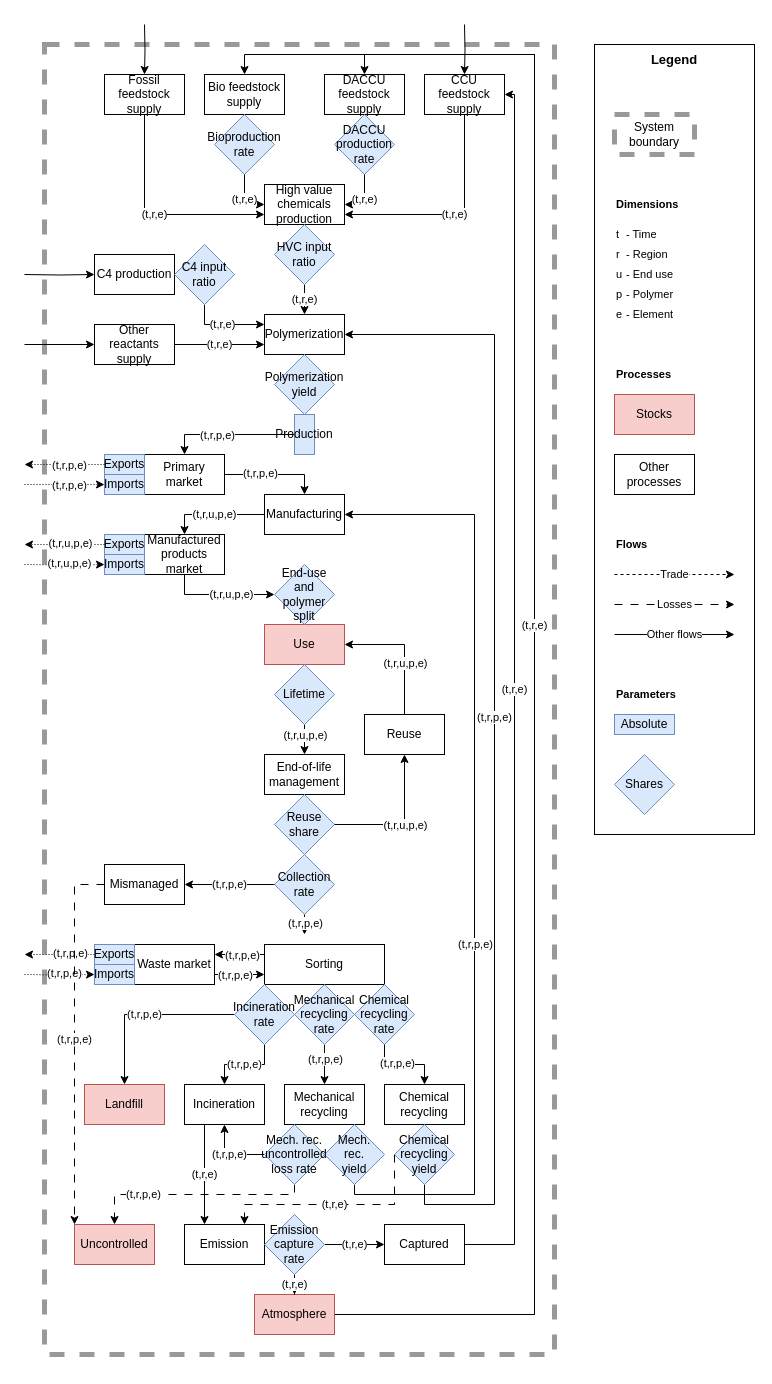
The draw.io diagram paper/figures/drawio/plastics.drawio in pik-piam/remind-mfa, before the edit. Source tidied: cells renumbered, new cells numbered last; positions are measured from the earlier drawing's top-left corner, leaving out a move shared by most shapes. Both pictures are drawn from the tidied source at 100%, with x=0, y=0 at pixel (24, 24).
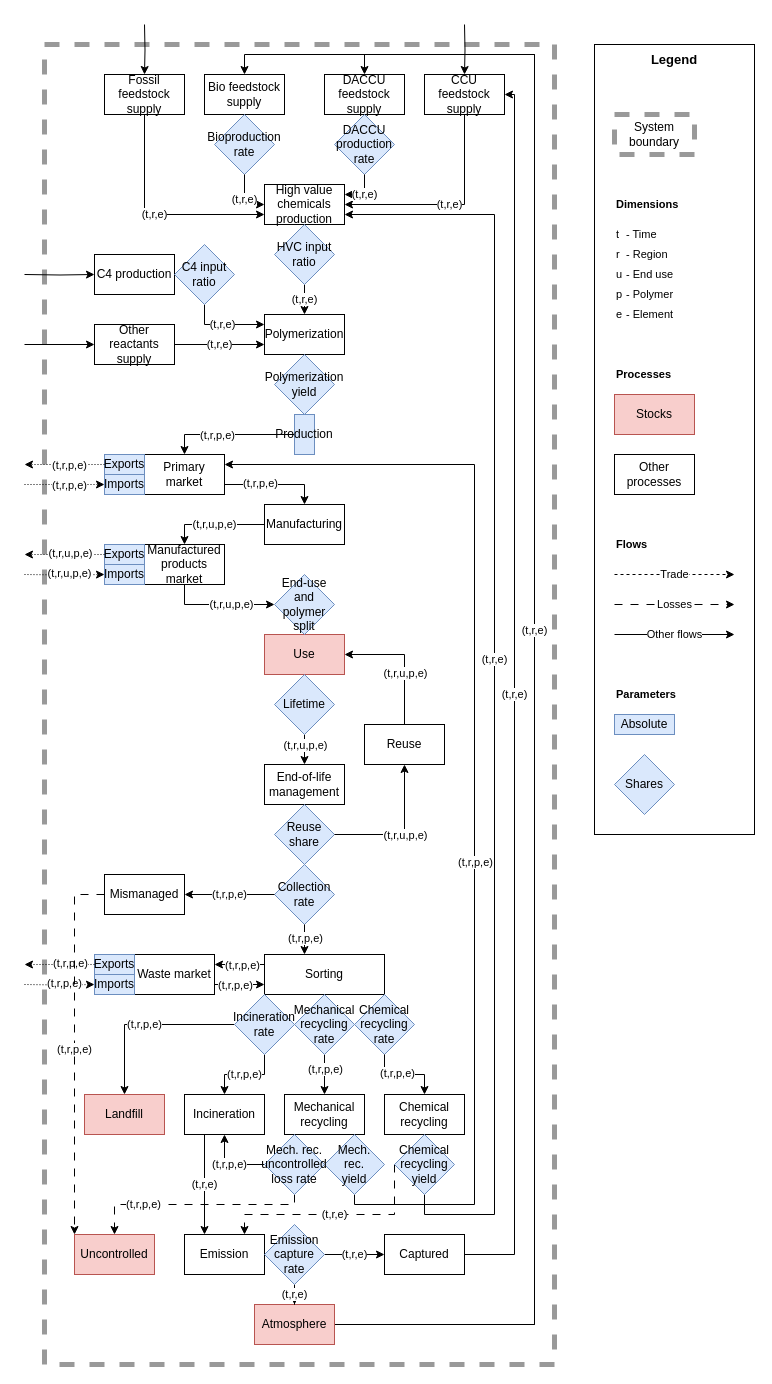
After the change.

The change refers to these unchanged cells:
```xml
<mxCell id="3" value="Polymerization" style="rounded=0;whiteSpace=wrap;html=1;" parent="1" vertex="1">
  <mxGeometry x="240" y="290" width="80" height="40" as="geometry" />
</mxCell>
<mxCell id="7" value="Primary market" style="rounded=0;whiteSpace=wrap;html=1;" parent="1" vertex="1">
  <mxGeometry x="120" y="430" width="80" height="40" as="geometry" />
</mxCell>
<mxCell id="83" value="Bio feedstock supply" style="rounded=0;whiteSpace=wrap;html=1;" parent="1" vertex="1">
  <mxGeometry x="180" y="50" width="80" height="40" as="geometry" />
</mxCell>
<mxCell id="86" value="CCU feedstock supply" style="rounded=0;whiteSpace=wrap;html=1;" parent="1" vertex="1">
  <mxGeometry x="400" y="50" width="80" height="40" as="geometry" />
</mxCell>
<mxCell id="88" value="DACCU production rate" style="rhombus;whiteSpace=wrap;html=1;fillColor=#dae8fc;strokeColor=#6c8ebf;" parent="1" vertex="1">
  <mxGeometry x="310" y="90" width="60" height="60" as="geometry" />
</mxCell>
<mxCell id="119" value="High value chemicals production" style="rounded=0;whiteSpace=wrap;html=1;" parent="1" vertex="1">
  <mxGeometry x="240" y="160" width="80" height="40" as="geometry" />
</mxCell>
```

Change to the diagram source:
```diff
@@
     <mxCell id="2" style="rounded=0;whiteSpace=wrap;html=1;fillColor=none;strokeWidth=5;dashed=1;strokeColor=#999999;" parent="1" vertex="1">
-      <mxGeometry x="20" y="20" width="510" height="1310" as="geometry" />
+      <mxGeometry x="20" y="20" width="510" height="1320" as="geometry" />
     </mxCell>
@@
     <mxCell id="4" value="Manufacturing" style="rounded=0;whiteSpace=wrap;html=1;" parent="1" vertex="1">
-      <mxGeometry x="240" y="470" width="80" height="40" as="geometry" />
+      <mxGeometry x="240" y="480" width="80" height="40" as="geometry" />
     </mxCell>
-    <mxCell id="5" style="edgeStyle=orthogonalEdgeStyle;rounded=0;jettySize=auto;html=1;exitX=1;exitY=0.5;exitDx=0;exitDy=0;entryX=0.5;entryY=0;entryDx=0;entryDy=0;" parent="1" edge="1" source="7" target="4">
+    <mxCell id="5" style="edgeStyle=orthogonalEdgeStyle;rounded=0;jettySize=auto;html=1;exitX=1;exitY=0.75;exitDx=0;exitDy=0;entryX=0.5;entryY=0;entryDx=0;entryDy=0;" parent="1" edge="1" source="7" target="4">
       <mxGeometry x="0.03" relative="1" as="geometry" />
     </mxCell>
@@
     <mxCell id="10" value="Use" style="rounded=0;whiteSpace=wrap;html=1;fillColor=#f8cecc;strokeColor=#b85450;" parent="1" vertex="1">
-      <mxGeometry x="240" y="600" width="80" height="40" as="geometry" />
+      <mxGeometry x="240" y="610" width="80" height="40" as="geometry" />
     </mxCell>
     <mxCell id="11" value="Manufactured products market" style="rounded=0;whiteSpace=wrap;html=1;" parent="1" vertex="1">
-      <mxGeometry x="120" y="510" width="80" height="40" as="geometry" />
+      <mxGeometry x="120" y="520" width="80" height="40" as="geometry" />
     </mxCell>
@@
     <mxCell id="20" value="Exports" style="rounded=0;whiteSpace=wrap;html=1;fillColor=#dae8fc;strokeColor=#6c8ebf;" parent="1" vertex="1">
-      <mxGeometry x="80" y="510" width="40" height="20" as="geometry" />
+      <mxGeometry x="80" y="520" width="40" height="20" as="geometry" />
     </mxCell>
     <mxCell id="21" value="Imports" style="rounded=0;whiteSpace=wrap;html=1;fillColor=#dae8fc;strokeColor=#6c8ebf;" parent="1" vertex="1">
-      <mxGeometry x="80" y="530" width="40" height="20" as="geometry" />
+      <mxGeometry x="80" y="540" width="40" height="20" as="geometry" />
     </mxCell>
     <mxCell id="22" style="edgeStyle=orthogonalEdgeStyle;rounded=0;jettySize=auto;html=1;exitX=0;exitY=0.5;exitDx=0;exitDy=0;dashed=1;dashPattern=1 2;" parent="1" edge="1" source="20">
       <mxGeometry relative="1" as="geometry">
-        <mxPoint y="520" as="targetPoint" />
+        <mxPoint y="530" as="targetPoint" />
       </mxGeometry>
     </mxCell>
@@
     <mxCell id="24" style="edgeStyle=orthogonalEdgeStyle;rounded=0;jettySize=auto;html=1;entryX=0;entryY=0.5;entryDx=0;entryDy=0;dashed=1;dashPattern=1 2;" parent="1" edge="1" target="21">
       <mxGeometry relative="1" as="geometry">
-        <mxPoint y="540" as="sourcePoint" />
+        <mxPoint y="550" as="sourcePoint" />
       </mxGeometry>
     </mxCell>
@@
     <mxCell id="26" value="Collection rate" style="rhombus;whiteSpace=wrap;html=1;fillColor=#dae8fc;strokeColor=#6c8ebf;" parent="1" vertex="1">
-      <mxGeometry x="250" y="830" width="60" height="60" as="geometry" />
+      <mxGeometry x="250" y="840" width="60" height="60" as="geometry" />
     </mxCell>
     <mxCell id="27" value="Sorting" style="rounded=0;whiteSpace=wrap;html=1;" parent="1" vertex="1">
-      <mxGeometry x="240" y="920" width="120" height="40" as="geometry" />
+      <mxGeometry x="240" y="930" width="120" height="40" as="geometry" />
     </mxCell>
@@
     <mxCell id="30" value="Waste market" style="rounded=0;whiteSpace=wrap;html=1;" parent="1" vertex="1">
-      <mxGeometry x="110" y="920" width="80" height="40" as="geometry" />
+      <mxGeometry x="110" y="930" width="80" height="40" as="geometry" />
     </mxCell>
@@
     <mxCell id="33" value="Exports" style="rounded=0;whiteSpace=wrap;html=1;fillColor=#dae8fc;strokeColor=#6c8ebf;" parent="1" vertex="1">
-      <mxGeometry x="70" y="920" width="40" height="20" as="geometry" />
+      <mxGeometry x="70" y="930" width="40" height="20" as="geometry" />
     </mxCell>
     <mxCell id="34" value="Imports" style="rounded=0;whiteSpace=wrap;html=1;fillColor=#dae8fc;strokeColor=#6c8ebf;" parent="1" vertex="1">
-      <mxGeometry x="70" y="940" width="40" height="20" as="geometry" />
+      <mxGeometry x="70" y="950" width="40" height="20" as="geometry" />
     </mxCell>
     <mxCell id="35" style="edgeStyle=orthogonalEdgeStyle;rounded=0;jettySize=auto;html=1;exitX=0;exitY=0.5;exitDx=0;exitDy=0;dashed=1;dashPattern=1 2;" parent="1" edge="1" source="33">
       <mxGeometry x="-0.14" relative="1" as="geometry">
-        <mxPoint y="930" as="targetPoint" />
+        <mxPoint y="940" as="targetPoint" />
       </mxGeometry>
     </mxCell>
@@
     <mxCell id="37" style="edgeStyle=orthogonalEdgeStyle;rounded=0;jettySize=auto;html=1;entryX=0;entryY=0.5;entryDx=0;entryDy=0;dashed=1;dashPattern=1 2;" parent="1" edge="1" target="34">
       <mxGeometry relative="1" as="geometry">
-        <mxPoint y="950" as="sourcePoint" />
+        <mxPoint y="960" as="sourcePoint" />
       </mxGeometry>
     </mxCell>
@@
     <mxCell id="39" style="edgeStyle=orthogonalEdgeStyle;rounded=0;jettySize=auto;html=1;exitX=0.5;exitY=1;exitDx=0;exitDy=0;entryX=0.5;entryY=0;entryDx=0;entryDy=0;" parent="1" edge="1" source="26">
       <mxGeometry relative="1" as="geometry">
-        <mxPoint x="280" y="910" as="targetPoint" />
+        <mxPoint x="280" y="930" as="targetPoint" />
       </mxGeometry>
     </mxCell>
@@
     <mxCell id="41" value="Mechanical recycling" style="rounded=0;whiteSpace=wrap;html=1;" parent="1" vertex="1">
-      <mxGeometry x="260" y="1060" width="80" height="40" as="geometry" />
+      <mxGeometry x="260" y="1070" width="80" height="40" as="geometry" />
     </mxCell>
-    <mxCell id="42" style="edgeStyle=orthogonalEdgeStyle;rounded=0;jettySize=auto;html=1;exitX=0.5;exitY=1;exitDx=0;exitDy=0;entryX=1;entryY=0.5;entryDx=0;entryDy=0;" parent="1" edge="1" source="69" target="4">
+    <mxCell id="42" style="edgeStyle=orthogonalEdgeStyle;rounded=0;jettySize=auto;html=1;exitX=0.5;exitY=1;exitDx=0;exitDy=0;entryX=1;entryY=0.25;entryDx=0;entryDy=0;" parent="1" edge="1" source="69" target="7">
       <mxGeometry x="0.02" relative="1" as="geometry">
         <Array as="points">
-          <mxPoint x="330" y="1170" />
-          <mxPoint x="450" y="1170" />
-          <mxPoint x="450" y="490" />
+          <mxPoint x="330" y="1180" />
+          <mxPoint x="450" y="1180" />
+          <mxPoint x="450" y="440" />
         </Array>
       </mxGeometry>
     </mxCell>
@@
     <mxCell id="44" value="Uncontrolled" style="rounded=0;whiteSpace=wrap;html=1;fillColor=#f8cecc;strokeColor=#b85450;" parent="1" vertex="1">
-      <mxGeometry x="50" y="1200" width="80" height="40" as="geometry" />
+      <mxGeometry x="50" y="1210" width="80" height="40" as="geometry" />
     </mxCell>
@@
     <mxCell id="49" style="edgeStyle=orthogonalEdgeStyle;rounded=0;jettySize=auto;html=1;entryX=0.5;entryY=0;entryDx=0;entryDy=0;" parent="1" edge="1" target="51">
       <mxGeometry relative="1" as="geometry">
-        <mxPoint x="280" y="700" as="sourcePoint" />
+        <mxPoint x="280" y="710" as="sourcePoint" />
       </mxGeometry>
     </mxCell>
@@
     <mxCell id="51" value="End-of-life management" style="rounded=0;whiteSpace=wrap;html=1;" parent="1" vertex="1">
-      <mxGeometry x="240" y="730" width="80" height="40" as="geometry" />
+      <mxGeometry x="240" y="740" width="80" height="40" as="geometry" />
     </mxCell>
     <mxCell id="52" value="Mismanaged" style="rounded=0;whiteSpace=wrap;html=1;" parent="1" vertex="1">
-      <mxGeometry x="80" y="840" width="80" height="40" as="geometry" />
+      <mxGeometry x="80" y="850" width="80" height="40" as="geometry" />
     </mxCell>
@@
     <mxCell id="55" value="End-use and polymer split" style="rhombus;whiteSpace=wrap;html=1;fillColor=#dae8fc;strokeColor=#6c8ebf;" parent="1" vertex="1">
-      <mxGeometry x="250" y="540" width="60" height="60" as="geometry" />
+      <mxGeometry x="250" y="550" width="60" height="60" as="geometry" />
     </mxCell>
     <mxCell id="56" value="Landfill" style="rounded=0;whiteSpace=wrap;html=1;fillColor=#f8cecc;strokeColor=#b85450;" parent="1" vertex="1">
-      <mxGeometry x="60" y="1060" width="80" height="40" as="geometry" />
+      <mxGeometry x="60" y="1070" width="80" height="40" as="geometry" />
     </mxCell>
@@
     <mxCell id="58" value="Incineration" style="rounded=0;whiteSpace=wrap;html=1;" parent="1" vertex="1">
-      <mxGeometry x="160" y="1060" width="80" height="40" as="geometry" />
+      <mxGeometry x="160" y="1070" width="80" height="40" as="geometry" />
     </mxCell>
-    <mxCell id="59" value="(t,r,p,e)" style="edgeStyle=orthogonalEdgeStyle;rounded=0;jettySize=auto;html=1;exitX=0.5;exitY=1;exitDx=0;exitDy=0;entryX=1;entryY=0.5;entryDx=0;entryDy=0;" parent="1" edge="1" source="71" target="3">
+    <mxCell id="59" value="(t,r,e)" style="edgeStyle=orthogonalEdgeStyle;rounded=0;jettySize=auto;html=1;exitX=0.5;exitY=1;exitDx=0;exitDy=0;entryX=1;entryY=0.75;entryDx=0;entryDy=0;" parent="1" edge="1" source="71" target="119">
       <mxGeometry x="0.04" relative="1" as="geometry">
         <Array as="points">
-          <mxPoint x="400" y="1180" />
-          <mxPoint x="470" y="1180" />
-          <mxPoint x="470" y="310" />
+          <mxPoint x="400" y="1190" />
+          <mxPoint x="470" y="1190" />
+          <mxPoint x="470" y="190" />
         </Array>
       </mxGeometry>
     </mxCell>
     <mxCell id="60" value="Chemical recycling" style="rounded=0;whiteSpace=wrap;html=1;" parent="1" vertex="1">
-      <mxGeometry x="360" y="1060" width="80" height="40" as="geometry" />
+      <mxGeometry x="360" y="1070" width="80" height="40" as="geometry" />
     </mxCell>
     <mxCell id="61" value="Mechanical recycling rate" style="rhombus;whiteSpace=wrap;html=1;fillColor=#dae8fc;strokeColor=#6c8ebf;" parent="1" vertex="1">
-      <mxGeometry x="270" y="960" width="60" height="60" as="geometry" />
+      <mxGeometry x="270" y="970" width="60" height="60" as="geometry" />
     </mxCell>
@@
     <mxCell id="64" value="Incineration rate" style="rhombus;whiteSpace=wrap;html=1;fillColor=#dae8fc;strokeColor=#6c8ebf;" parent="1" vertex="1">
-      <mxGeometry x="210" y="960" width="60" height="60" as="geometry" />
+      <mxGeometry x="210" y="970" width="60" height="60" as="geometry" />
     </mxCell>
     <mxCell id="65" value="Chemical recycling rate" style="rhombus;whiteSpace=wrap;html=1;fillColor=#dae8fc;strokeColor=#6c8ebf;" parent="1" vertex="1">
-      <mxGeometry x="330" y="960" width="60" height="60" as="geometry" />
+      <mxGeometry x="330" y="970" width="60" height="60" as="geometry" />
     </mxCell>
     <mxCell id="66" style="edgeStyle=orthogonalEdgeStyle;rounded=0;jettySize=auto;html=1;exitX=0.5;exitY=1;exitDx=0;exitDy=0;entryX=0.5;entryY=0;entryDx=0;entryDy=0;" parent="1" edge="1" source="65" target="60">
       <mxGeometry relative="1" as="geometry">
         <Array as="points">
-          <mxPoint x="360" y="1040" />
-          <mxPoint x="400" y="1040" />
+          <mxPoint x="360" y="1050" />
+          <mxPoint x="400" y="1050" />
         </Array>
       </mxGeometry>
     </mxCell>
@@
     <mxCell id="69" value="Mech.&lt;br&gt;rec.&lt;br&gt;yield" style="rhombus;whiteSpace=wrap;html=1;fillColor=#dae8fc;strokeColor=#6c8ebf;" parent="1" vertex="1">
-      <mxGeometry x="300" y="1100" width="60" height="60" as="geometry" />
+      <mxGeometry x="300" y="1110" width="60" height="60" as="geometry" />
     </mxCell>
     <mxCell id="70" value="(t,r,e)" style="edgeStyle=orthogonalEdgeStyle;rounded=0;jettySize=auto;html=1;exitX=0;exitY=0.5;exitDx=0;exitDy=0;entryX=0.75;entryY=0;entryDx=0;entryDy=0;dashed=1;dashPattern=8 8;" parent="1" edge="1" source="71" target="72">
       <mxGeometry relative="1" as="geometry">
         <Array as="points">
-          <mxPoint x="370" y="1180" />
-          <mxPoint x="220" y="1180" />
+          <mxPoint x="370" y="1190" />
+          <mxPoint x="220" y="1190" />
         </Array>
       </mxGeometry>
     </mxCell>
     <mxCell id="71" value="Chemical recycling yield" style="rhombus;whiteSpace=wrap;html=1;fillColor=#dae8fc;strokeColor=#6c8ebf;" parent="1" vertex="1">
-      <mxGeometry x="370" y="1100" width="60" height="60" as="geometry" />
+      <mxGeometry x="370" y="1110" width="60" height="60" as="geometry" />
     </mxCell>
     <mxCell id="72" value="Emission" style="rounded=0;whiteSpace=wrap;html=1;" parent="1" vertex="1">
-      <mxGeometry x="160" y="1200" width="80" height="40" as="geometry" />
+      <mxGeometry x="160" y="1210" width="80" height="40" as="geometry" />
     </mxCell>
     <mxCell id="73" style="edgeStyle=orthogonalEdgeStyle;rounded=0;jettySize=auto;html=1;exitX=1;exitY=0.5;exitDx=0;exitDy=0;entryX=0.5;entryY=0;entryDx=0;entryDy=0;" parent="1" edge="1" source="75">
       <mxGeometry x="0.03" relative="1" as="geometry">
         <mxPoint x="340" y="50" as="targetPoint" />
         <Array as="points">
-          <mxPoint x="310" y="1290" />
-          <mxPoint x="510" y="1290" />
+          <mxPoint x="310" y="1300" />
+          <mxPoint x="510" y="1300" />
           <mxPoint x="510" y="30" />
           <mxPoint x="340" y="30" />
         </Array>
       </mxGeometry>
     </mxCell>
     <mxCell id="74" value="(t,r,e)" style="edgeStyle=orthogonalEdgeStyle;rounded=0;jettySize=auto;html=1;exitX=1;exitY=0.75;exitDx=0;exitDy=0;entryX=0.5;entryY=0;entryDx=0;entryDy=0;" parent="1" edge="1" source="75" target="83">
       <mxGeometry x="0.01" relative="1" as="geometry">
         <Array as="points">
-          <mxPoint x="310" y="1290" />
-          <mxPoint x="310" y="1290" />
-          <mxPoint x="310" y="1290" />
-          <mxPoint x="510" y="1290" />
+          <mxPoint x="310" y="1300" />
+          <mxPoint x="310" y="1300" />
+          <mxPoint x="310" y="1300" />
+          <mxPoint x="510" y="1300" />
           <mxPoint x="510" y="30" />
           <mxPoint x="220" y="30" />
         </Array>
       </mxGeometry>
     </mxCell>
     <mxCell id="75" value="Atmosphere" style="rounded=0;whiteSpace=wrap;html=1;fillColor=#f8cecc;strokeColor=#b85450;" parent="1" vertex="1">
-      <mxGeometry x="230" y="1270" width="80" height="40" as="geometry" />
+      <mxGeometry x="230" y="1280" width="80" height="40" as="geometry" />
     </mxCell>
@@
     <mxCell id="78" value="Emission capture rate" style="rhombus;whiteSpace=wrap;html=1;fillColor=#dae8fc;strokeColor=#6c8ebf;" parent="1" vertex="1">
-      <mxGeometry x="240" y="1190" width="60" height="60" as="geometry" />
+      <mxGeometry x="240" y="1200" width="60" height="60" as="geometry" />
     </mxCell>
     <mxCell id="79" value="(t,r,e)" style="edgeStyle=orthogonalEdgeStyle;rounded=0;jettySize=auto;html=1;exitX=1;exitY=0.5;exitDx=0;exitDy=0;entryX=1;entryY=0.5;entryDx=0;entryDy=0;" parent="1" edge="1" source="80" target="86">
       <mxGeometry relative="1" as="geometry">
         <Array as="points">
-          <mxPoint x="440" y="1220" />
-          <mxPoint x="490" y="1220" />
+          <mxPoint x="440" y="1230" />
+          <mxPoint x="490" y="1230" />
           <mxPoint x="490" y="70" />
         </Array>
       </mxGeometry>
     </mxCell>
     <mxCell id="80" value="Captured" style="rounded=0;whiteSpace=wrap;html=1;" parent="1" vertex="1">
-      <mxGeometry x="360" y="1200" width="80" height="40" as="geometry" />
+      <mxGeometry x="360" y="1210" width="80" height="40" as="geometry" />
     </mxCell>
@@
-    <mxCell id="85" value="(t,r,e)" style="edgeStyle=orthogonalEdgeStyle;rounded=0;jettySize=auto;html=1;exitX=0.5;exitY=1;exitDx=0;exitDy=0;entryX=1;entryY=0.75;entryDx=0;entryDy=0;" parent="1" edge="1" source="86" target="119">
+    <mxCell id="85" value="(t,r,e)" style="edgeStyle=orthogonalEdgeStyle;rounded=0;jettySize=auto;html=1;exitX=0.5;exitY=1;exitDx=0;exitDy=0;entryX=1;entryY=0.5;entryDx=0;entryDy=0;" parent="1" edge="1" source="86" target="119">
       <mxGeometry relative="1" as="geometry" />
     </mxCell>
@@
-    <mxCell id="89" value="(t,r,e)" style="edgeStyle=orthogonalEdgeStyle;rounded=0;jettySize=auto;html=1;exitX=0.5;exitY=1;exitDx=0;exitDy=0;entryX=1;entryY=0.5;entryDx=0;entryDy=0;" parent="1" edge="1" source="88" target="119">
+    <mxCell id="89" value="(t,r,e)" style="edgeStyle=orthogonalEdgeStyle;rounded=0;jettySize=auto;html=1;exitX=0.5;exitY=1;exitDx=0;exitDy=0;entryX=1;entryY=0.25;entryDx=0;entryDy=0;" parent="1" edge="1" source="88" target="119">
       <mxGeometry relative="1" as="geometry">
         <Array as="points">
-          <mxPoint x="340" y="180" />
+          <mxPoint x="340" y="170" />
         </Array>
       </mxGeometry>
     </mxCell>
@@
     <mxCell id="110" value="(t,r,p,e)" style="edgeStyle=orthogonalEdgeStyle;rounded=0;jettySize=auto;html=1;exitX=0.5;exitY=1;exitDx=0;exitDy=0;entryX=0.5;entryY=0;entryDx=0;entryDy=0;dashed=1;dashPattern=8 8;" parent="1" edge="1" source="111" target="44">
       <mxGeometry x="0.46" relative="1" as="geometry">
         <Array as="points">
-          <mxPoint x="270" y="1170" />
-          <mxPoint x="90" y="1170" />
+          <mxPoint x="270" y="1180" />
+          <mxPoint x="90" y="1180" />
         </Array>
       </mxGeometry>
     </mxCell>
     <mxCell id="111" value="Mech. rec. uncontrolled loss rate" style="rhombus;whiteSpace=wrap;html=1;fillColor=#dae8fc;strokeColor=#6c8ebf;" parent="1" vertex="1">
-      <mxGeometry x="240" y="1100" width="60" height="60" as="geometry" />
+      <mxGeometry x="240" y="1110" width="60" height="60" as="geometry" />
     </mxCell>
@@
     <mxCell id="130" value="Lifetime" style="rhombus;whiteSpace=wrap;html=1;fillColor=#dae8fc;strokeColor=#6c8ebf;" parent="1" vertex="1">
-      <mxGeometry x="250" y="640" width="60" height="60" as="geometry" />
+      <mxGeometry x="250" y="650" width="60" height="60" as="geometry" />
     </mxCell>
     <mxCell id="131" value="Reuse share" style="rhombus;whiteSpace=wrap;html=1;fillColor=#dae8fc;strokeColor=#6c8ebf;" parent="1" vertex="1">
-      <mxGeometry x="250" y="770" width="60" height="60" as="geometry" />
+      <mxGeometry x="250" y="780" width="60" height="60" as="geometry" />
     </mxCell>
     <mxCell id="132" value="Reuse" style="rounded=0;whiteSpace=wrap;html=1;" parent="1" vertex="1">
-      <mxGeometry x="340" y="690" width="80" height="40" as="geometry" />
+      <mxGeometry x="340" y="700" width="80" height="40" as="geometry" />
     </mxCell>
```
